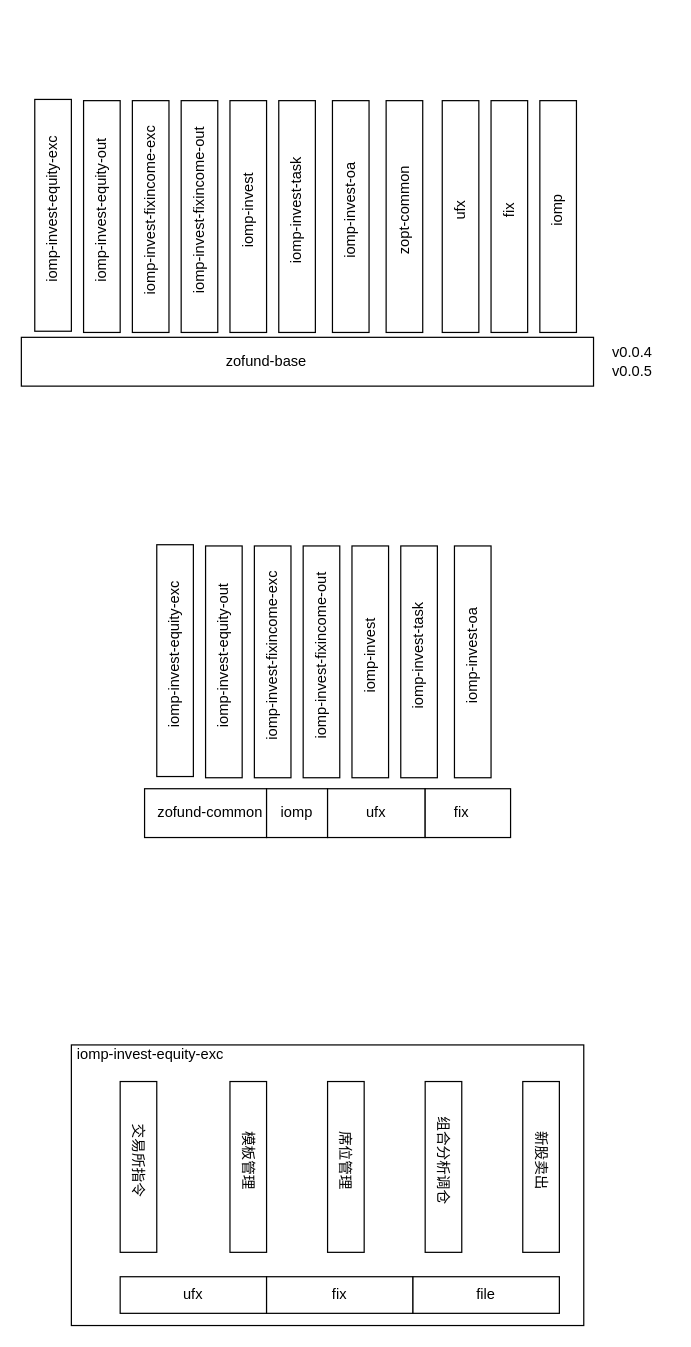
Above: drawio/投资交易服务架构.drawio in happinessandlove/Pic (draw.io), before the change. Source tidied: cells renumbered, new cells numbered last; positions are measured from the earlier drawing's top-left corner, leaving out a move shared by most shapes. Both pictures are drawn from the tidied source at 122%, with x=0, y=0 at pixel (-63, 99).
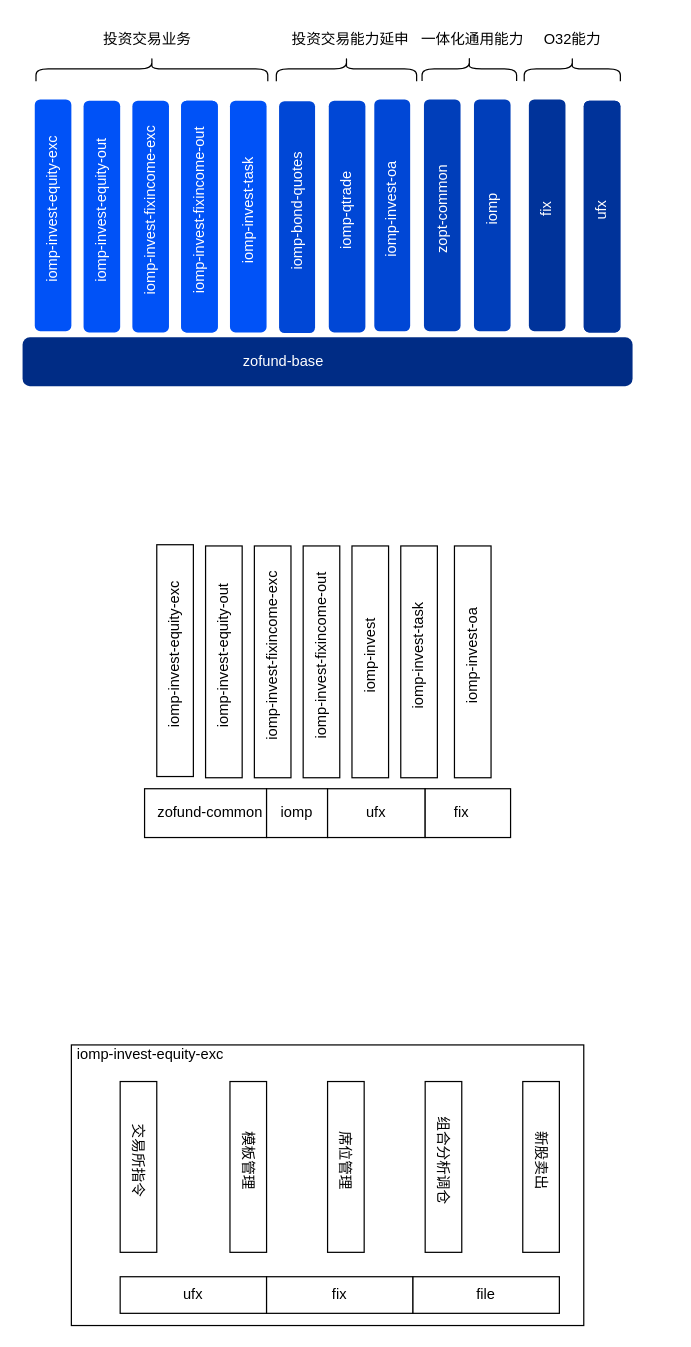
The same diagram, later.

Commit message:
更新投资交易服务架构.drawio

The edit, as a diff of the source:
```diff
@@
-    <mxCell id="2" value="v0.0.4&lt;br&gt;v0.0.5" style="text;html=1;strokeColor=none;fillColor=none;align=center;verticalAlign=middle;whiteSpace=wrap;rounded=0;" parent="1" vertex="1">
-      <mxGeometry x="540" y="200" width="60" height="30" as="geometry" />
-    </mxCell>
-    <mxCell id="3" style="group;" parent="1" vertex="1">
+    <mxCell id="3" style="group;fillColor=none;strokeColor=none;glass=1;rounded=1;strokeWidth=0;" parent="1" vertex="1">
       <mxGeometry x="80" width="30" height="190" as="geometry" />
     </mxCell>
-    <mxCell id="4" style="rounded=0;whiteSpace=wrap;html=1;rotation=-90;" parent="3" vertex="1">
+    <mxCell id="4" style="rounded=1;whiteSpace=wrap;html=1;rotation=-90;fillColor=#0052F7;strokeColor=none;shadow=0;glass=0;" parent="3" vertex="1">
       <mxGeometry x="-80" y="80" width="190" height="30" as="geometry" />
     </mxCell>
-    <mxCell id="5" value="iomp-invest-equity-exc" style="text;html=1;strokeColor=none;fillColor=none;align=center;verticalAlign=middle;whiteSpace=wrap;rounded=0;rotation=270;" parent="3" vertex="1">
+    <mxCell id="5" value="&lt;font color=&quot;#ffffff&quot;&gt;iomp-invest-equity-exc&lt;/font&gt;" style="text;html=1;strokeColor=none;fillColor=none;align=center;verticalAlign=middle;whiteSpace=wrap;rounded=0;rotation=270;" parent="3" vertex="1">
       <mxGeometry x="-65" y="75" width="160" height="30" as="geometry" />
     </mxCell>
-    <mxCell id="6" style="group;" parent="1" vertex="1">
+    <mxCell id="6" style="group;rounded=1;fillColor=#0052F7;" parent="1" vertex="1">
       <mxGeometry x="120" y="1" width="30" height="190" as="geometry" />
     </mxCell>
-    <mxCell id="7" style="rounded=0;whiteSpace=wrap;html=1;rotation=-90;" parent="6" vertex="1">
+    <mxCell id="7" style="rounded=1;whiteSpace=wrap;html=1;rotation=-90;fillColor=none;strokeColor=none;" parent="6" vertex="1">
       <mxGeometry x="-80" y="80" width="190" height="30" as="geometry" />
     </mxCell>
-    <mxCell id="8" value="iomp-invest-equity-out" style="text;html=1;strokeColor=none;fillColor=none;align=center;verticalAlign=middle;whiteSpace=wrap;rounded=0;rotation=270;" parent="6" vertex="1">
+    <mxCell id="8" value="&lt;font color=&quot;#ffffff&quot;&gt;iomp-invest-equity-out&lt;/font&gt;" style="text;html=1;strokeColor=none;fillColor=none;align=center;verticalAlign=middle;whiteSpace=wrap;rounded=0;rotation=270;" parent="6" vertex="1">
       <mxGeometry x="-65" y="75" width="160" height="30" as="geometry" />
     </mxCell>
-    <mxCell id="9" style="group;" parent="1" vertex="1">
+    <mxCell id="9" style="group;fillColor=none;rounded=1;" parent="1" vertex="1">
       <mxGeometry x="160" y="1" width="30" height="190" as="geometry" />
     </mxCell>
-    <mxCell id="10" style="rounded=0;whiteSpace=wrap;html=1;rotation=-90;" parent="9" vertex="1">
+    <mxCell id="10" style="rounded=1;whiteSpace=wrap;html=1;rotation=-90;fillColor=#0052F7;strokeColor=none;" parent="9" vertex="1">
       <mxGeometry x="-80" y="80" width="190" height="30" as="geometry" />
     </mxCell>
-    <mxCell id="11" value="iomp-invest-fixincome-exc" style="text;html=1;strokeColor=none;fillColor=none;align=center;verticalAlign=middle;whiteSpace=wrap;rounded=0;rotation=270;" parent="9" vertex="1">
+    <mxCell id="11" value="&lt;font color=&quot;#ffffff&quot;&gt;iomp-invest-fixincome-exc&lt;/font&gt;" style="text;html=1;strokeColor=none;fillColor=none;align=center;verticalAlign=middle;whiteSpace=wrap;rounded=0;rotation=270;" parent="9" vertex="1">
       <mxGeometry x="-65" y="75" width="160" height="30" as="geometry" />
     </mxCell>
     <mxCell id="12" style="group;" parent="1" vertex="1">
-      <mxGeometry x="240" y="1" width="30" height="190" as="geometry" />
+      <mxGeometry x="280" y="3" width="30" height="187" as="geometry" />
     </mxCell>
-    <mxCell id="13" style="rounded=0;whiteSpace=wrap;html=1;rotation=-90;" parent="12" vertex="1">
-      <mxGeometry x="-80" y="80" width="190" height="30" as="geometry" />
+    <mxCell id="13" style="rounded=1;whiteSpace=wrap;html=1;rotation=-90;fillColor=#0047D6;strokeColor=none;" parent="12" vertex="1">
+      <mxGeometry x="-80" y="78.7" width="190" height="29.5" as="geometry" />
     </mxCell>
-    <mxCell id="14" value="iomp-invest" style="text;html=1;strokeColor=none;fillColor=none;align=center;verticalAlign=middle;whiteSpace=wrap;rounded=0;rotation=270;" parent="12" vertex="1">
-      <mxGeometry x="-65" y="75" width="160" height="30" as="geometry" />
+    <mxCell id="14" value="&lt;font color=&quot;#ffffff&quot;&gt;iomp-bond-quotes&lt;/font&gt;" style="text;html=1;strokeColor=none;fillColor=none;align=center;verticalAlign=middle;whiteSpace=wrap;rounded=0;rotation=270;" parent="12" vertex="1">
+      <mxGeometry x="-65" y="73.8" width="160" height="29.5" as="geometry" />
     </mxCell>
-    <mxCell id="15" style="group;" parent="1" vertex="1">
+    <mxCell id="15" style="group;fillColor=#0052F7;rounded=1;" parent="1" vertex="1">
       <mxGeometry x="200" y="1" width="30" height="190" as="geometry" />
     </mxCell>
-    <mxCell id="16" style="rounded=0;whiteSpace=wrap;html=1;rotation=-90;" parent="15" vertex="1">
+    <mxCell id="16" style="rounded=1;whiteSpace=wrap;html=1;rotation=-90;fillColor=#0052F7;strokeColor=none;" parent="15" vertex="1">
       <mxGeometry x="-80" y="80" width="190" height="30" as="geometry" />
     </mxCell>
-    <mxCell id="17" value="iomp-invest-fixincome-out" style="text;html=1;strokeColor=none;fillColor=none;align=center;verticalAlign=middle;whiteSpace=wrap;rounded=0;rotation=270;" parent="15" vertex="1">
+    <mxCell id="17" value="&lt;font color=&quot;#ffffff&quot;&gt;iomp-invest-fixincome-out&lt;/font&gt;" style="text;html=1;strokeColor=none;fillColor=none;align=center;verticalAlign=middle;whiteSpace=wrap;rounded=0;rotation=270;" parent="15" vertex="1">
       <mxGeometry x="-65" y="75" width="160" height="30" as="geometry" />
     </mxCell>
     <mxCell id="18" style="group;" parent="1" vertex="1">
-      <mxGeometry x="324" y="1" width="30" height="190" as="geometry" />
+      <mxGeometry x="358" y="2" width="30" height="186" as="geometry" />
     </mxCell>
-    <mxCell id="19" style="rounded=0;whiteSpace=wrap;html=1;rotation=-90;" parent="18" vertex="1">
-      <mxGeometry x="-80" y="80" width="190" height="30" as="geometry" />
+    <mxCell id="19" style="rounded=1;whiteSpace=wrap;html=1;rotation=-90;fillColor=#0047D6;strokeColor=none;" parent="18" vertex="1">
+      <mxGeometry x="-80" y="78.3" width="190" height="29.4" as="geometry" />
     </mxCell>
-    <mxCell id="20" value="iomp-invest-oa" style="text;html=1;strokeColor=none;fillColor=none;align=center;verticalAlign=middle;whiteSpace=wrap;rounded=0;rotation=270;" parent="18" vertex="1">
-      <mxGeometry x="-65" y="75" width="160" height="30" as="geometry" />
+    <mxCell id="20" value="&lt;font color=&quot;#ffffff&quot;&gt;iomp-invest-oa&lt;/font&gt;" style="text;html=1;strokeColor=none;fillColor=none;align=center;verticalAlign=middle;whiteSpace=wrap;rounded=0;rotation=270;" parent="18" vertex="1">
+      <mxGeometry x="-65" y="73.4" width="160" height="29.4" as="geometry" />
     </mxCell>
-    <mxCell id="21" style="group;" parent="1" vertex="1">
-      <mxGeometry x="494" y="1" width="30" height="190" as="geometry" />
+    <mxCell id="21" style="group;fillColor=none;" parent="1" vertex="1">
+      <mxGeometry x="440" width="30" height="190" as="geometry" />
     </mxCell>
-    <mxCell id="22" style="rounded=0;whiteSpace=wrap;html=1;rotation=-90;" parent="21" vertex="1">
+    <mxCell id="22" style="rounded=1;whiteSpace=wrap;html=1;rotation=-90;fillColor=#003EBA;strokeColor=none;" parent="21" vertex="1">
       <mxGeometry x="-80" y="80" width="190" height="30" as="geometry" />
     </mxCell>
-    <mxCell id="23" value="iomp" style="text;html=1;strokeColor=none;fillColor=none;align=center;verticalAlign=middle;whiteSpace=wrap;rounded=0;rotation=270;" parent="21" vertex="1">
+    <mxCell id="23" value="&lt;font color=&quot;#ffffff&quot;&gt;iomp&lt;/font&gt;" style="text;html=1;strokeColor=none;fillColor=none;align=center;verticalAlign=middle;whiteSpace=wrap;rounded=0;rotation=270;" parent="21" vertex="1">
       <mxGeometry x="-65" y="75" width="160" height="30" as="geometry" />
     </mxCell>
-    <mxCell id="24" style="group;" parent="1" vertex="1">
-      <mxGeometry x="368" y="1" width="30" height="190" as="geometry" />
+    <mxCell id="24" style="group;fillColor=#003EBA;rounded=1;" parent="1" vertex="1">
+      <mxGeometry x="399" width="30" height="190" as="geometry" />
     </mxCell>
-    <mxCell id="25" style="rounded=0;whiteSpace=wrap;html=1;rotation=-90;" parent="24" vertex="1">
+    <mxCell id="25" style="rounded=1;whiteSpace=wrap;html=1;rotation=-90;fillColor=none;strokeColor=none;" parent="24" vertex="1">
       <mxGeometry x="-80" y="80" width="190" height="30" as="geometry" />
     </mxCell>
-    <mxCell id="26" value="zopt-common" style="text;html=1;strokeColor=none;fillColor=none;align=center;verticalAlign=middle;whiteSpace=wrap;rounded=0;rotation=270;" parent="24" vertex="1">
+    <mxCell id="26" value="&lt;font color=&quot;#ffffff&quot;&gt;zopt-common&lt;/font&gt;" style="text;html=1;strokeColor=none;fillColor=none;align=center;verticalAlign=middle;whiteSpace=wrap;rounded=0;rotation=270;" parent="24" vertex="1">
       <mxGeometry x="-65" y="75" width="160" height="30" as="geometry" />
     </mxCell>
-    <mxCell id="27" style="group;" parent="1" vertex="1">
-      <mxGeometry x="414" y="1" width="30" height="190" as="geometry" />
+    <mxCell id="27" style="group;fillColor=#00339A;strokeColor=none;rounded=1;" parent="1" vertex="1">
+      <mxGeometry x="530" y="1" width="30" height="190" as="geometry" />
     </mxCell>
-    <mxCell id="28" style="rounded=0;whiteSpace=wrap;html=1;rotation=-90;" parent="27" vertex="1">
+    <mxCell id="28" style="rounded=1;whiteSpace=wrap;html=1;rotation=-90;fillColor=#00339A;strokeColor=none;" parent="27" vertex="1">
       <mxGeometry x="-80" y="80" width="190" height="30" as="geometry" />
     </mxCell>
-    <mxCell id="29" value="ufx" style="text;html=1;strokeColor=none;fillColor=none;align=center;verticalAlign=middle;whiteSpace=wrap;rounded=0;rotation=270;" parent="27" vertex="1">
+    <mxCell id="29" value="&lt;font color=&quot;#ffffff&quot;&gt;ufx&lt;/font&gt;" style="text;html=1;strokeColor=none;fillColor=none;align=center;verticalAlign=middle;whiteSpace=wrap;rounded=0;rotation=270;" parent="27" vertex="1">
       <mxGeometry x="-65" y="75" width="160" height="30" as="geometry" />
     </mxCell>
-    <mxCell id="30" style="group;" parent="1" vertex="1">
-      <mxGeometry x="454" y="1" width="30" height="190" as="geometry" />
+    <mxCell id="30" style="group;fillColor=none;" parent="1" vertex="1">
+      <mxGeometry x="485" width="30" height="190" as="geometry" />
     </mxCell>
-    <mxCell id="31" style="rounded=0;whiteSpace=wrap;html=1;rotation=-90;" parent="30" vertex="1">
+    <mxCell id="31" style="rounded=1;whiteSpace=wrap;html=1;rotation=-90;fillColor=#00339A;strokeColor=none;" parent="30" vertex="1">
       <mxGeometry x="-80" y="80" width="190" height="30" as="geometry" />
     </mxCell>
-    <mxCell id="32" value="fix" style="text;html=1;strokeColor=none;fillColor=none;align=center;verticalAlign=middle;whiteSpace=wrap;rounded=0;rotation=270;" parent="30" vertex="1">
+    <mxCell id="32" value="&lt;font color=&quot;#ffffff&quot;&gt;fix&lt;/font&gt;" style="text;html=1;strokeColor=none;fillColor=none;align=center;verticalAlign=middle;whiteSpace=wrap;rounded=0;rotation=270;" parent="30" vertex="1">
       <mxGeometry x="-65" y="75" width="160" height="30" as="geometry" />
     </mxCell>
-    <mxCell id="33" style="group;" parent="1" vertex="1">
-      <mxGeometry x="280" y="1" width="30" height="190" as="geometry" />
+    <mxCell id="33" style="group;fillColor=#0052F7;strokeColor=none;rounded=1;" parent="1" vertex="1">
+      <mxGeometry x="240" y="1" width="30" height="190" as="geometry" />
     </mxCell>
-    <mxCell id="34" style="rounded=0;whiteSpace=wrap;html=1;rotation=-90;" parent="33" vertex="1">
+    <mxCell id="34" style="rounded=1;whiteSpace=wrap;html=1;rotation=-90;fillColor=none;strokeColor=none;" parent="33" vertex="1">
       <mxGeometry x="-80" y="80" width="190" height="30" as="geometry" />
     </mxCell>
-    <mxCell id="35" value="iomp-invest-task" style="text;html=1;strokeColor=none;fillColor=none;align=center;verticalAlign=middle;whiteSpace=wrap;rounded=0;rotation=270;" parent="33" vertex="1">
+    <mxCell id="35" value="&lt;font color=&quot;#ffffff&quot;&gt;iomp-invest-task&lt;/font&gt;" style="text;html=1;strokeColor=none;fillColor=none;align=center;verticalAlign=middle;whiteSpace=wrap;rounded=0;rotation=270;" parent="33" vertex="1">
       <mxGeometry x="-65" y="75" width="160" height="30" as="geometry" />
     </mxCell>
-    <mxCell id="36" style="group;" parent="1" vertex="1">
-      <mxGeometry x="69" y="195" width="469" height="40" as="geometry" />
+    <mxCell id="36" style="group;fillColor=#002C85;rounded=1;strokeWidth=0;" parent="1" vertex="1">
+      <mxGeometry x="70" y="195" width="500" height="40" as="geometry" />
     </mxCell>
-    <mxCell id="37" style="rounded=0;whiteSpace=wrap;html=1;" parent="36" vertex="1">
-      <mxGeometry width="469" height="40" as="geometry" />
-    </mxCell>
-    <mxCell id="38" value="zofund-base" style="text;html=1;strokeColor=none;fillColor=none;align=center;verticalAlign=middle;whiteSpace=wrap;rounded=0;" parent="36" vertex="1">
-      <mxGeometry x="156" y="5" width="90" height="30" as="geometry" />
+    <mxCell id="38" value="&lt;font color=&quot;#ffffff&quot;&gt;zofund-base&lt;/font&gt;" style="text;html=1;strokeColor=none;fillColor=none;align=center;verticalAlign=middle;whiteSpace=wrap;rounded=0;" parent="36" vertex="1">
+      <mxGeometry x="166.3" y="5" width="95.9" height="30" as="geometry" />
     </mxCell>
@@
+    <mxCell id="92" style="group;" parent="1" vertex="1">
+      <mxGeometry x="321" y="1" width="30" height="190" as="geometry" />
+    </mxCell>
+    <mxCell id="93" style="rounded=1;whiteSpace=wrap;html=1;rotation=-90;fillColor=#0047D6;strokeColor=none;" parent="92" vertex="1">
+      <mxGeometry x="-80" y="80" width="190" height="30" as="geometry" />
+    </mxCell>
+    <mxCell id="94" value="&lt;font color=&quot;#ffffff&quot;&gt;iomp-qtrade&lt;/font&gt;" style="text;html=1;strokeColor=none;fillColor=none;align=center;verticalAlign=middle;whiteSpace=wrap;rounded=0;rotation=270;" parent="92" vertex="1">
+      <mxGeometry x="-65" y="75" width="160" height="30" as="geometry" />
+    </mxCell>
+    <mxCell id="95" style="shape=curlyBracket;whiteSpace=wrap;html=1;rounded=1;flipH=1;labelPosition=right;verticalLabelPosition=middle;align=left;verticalAlign=middle;rotation=-90;" parent="1" vertex="1">
+      <mxGeometry x="166" y="-120" width="20" height="190" as="geometry" />
+    </mxCell>
+    <mxCell id="96" style="shape=curlyBracket;whiteSpace=wrap;html=1;rounded=1;flipH=1;labelPosition=right;verticalLabelPosition=middle;align=left;verticalAlign=middle;rotation=-90;" parent="1" vertex="1">
+      <mxGeometry x="325.5" y="-82.5" width="20" height="115" as="geometry" />
+    </mxCell>
+    <mxCell id="97" style="shape=curlyBracket;whiteSpace=wrap;html=1;rounded=1;flipH=1;labelPosition=right;verticalLabelPosition=middle;align=left;verticalAlign=middle;rotation=-90;" parent="1" vertex="1">
+      <mxGeometry x="426.2" y="-63.8" width="20" height="77.5" as="geometry" />
+    </mxCell>
+    <mxCell id="98" style="shape=curlyBracket;whiteSpace=wrap;html=1;rounded=1;flipH=1;labelPosition=right;verticalLabelPosition=middle;align=left;verticalAlign=middle;rotation=-90;" parent="1" vertex="1">
+      <mxGeometry x="510.6" y="-64.4" width="20" height="78.8" as="geometry" />
+    </mxCell>
+    <mxCell id="99" value="投资交易业务" style="text;html=1;strokeColor=none;fillColor=none;align=center;verticalAlign=middle;whiteSpace=wrap;rounded=0;" parent="1" vertex="1">
+      <mxGeometry x="135" y="-64.4" width="75" height="30" as="geometry" />
+    </mxCell>
+    <mxCell id="100" value="投资交易能力延申" style="text;html=1;strokeColor=none;fillColor=none;align=center;verticalAlign=middle;whiteSpace=wrap;rounded=0;" parent="1" vertex="1">
+      <mxGeometry x="288" y="-64.4" width="102" height="30" as="geometry" />
+    </mxCell>
+    <mxCell id="101" value="一体化通用能力" style="text;html=1;strokeColor=none;fillColor=none;align=center;verticalAlign=middle;whiteSpace=wrap;rounded=0;" parent="1" vertex="1">
+      <mxGeometry x="388" y="-64.4" width="102" height="30" as="geometry" />
+    </mxCell>
+    <mxCell id="102" value="O32能力" style="text;html=1;strokeColor=none;fillColor=none;align=center;verticalAlign=middle;whiteSpace=wrap;rounded=0;" parent="1" vertex="1">
+      <mxGeometry x="469.6" y="-64.4" width="102" height="30" as="geometry" />
+    </mxCell>
```
